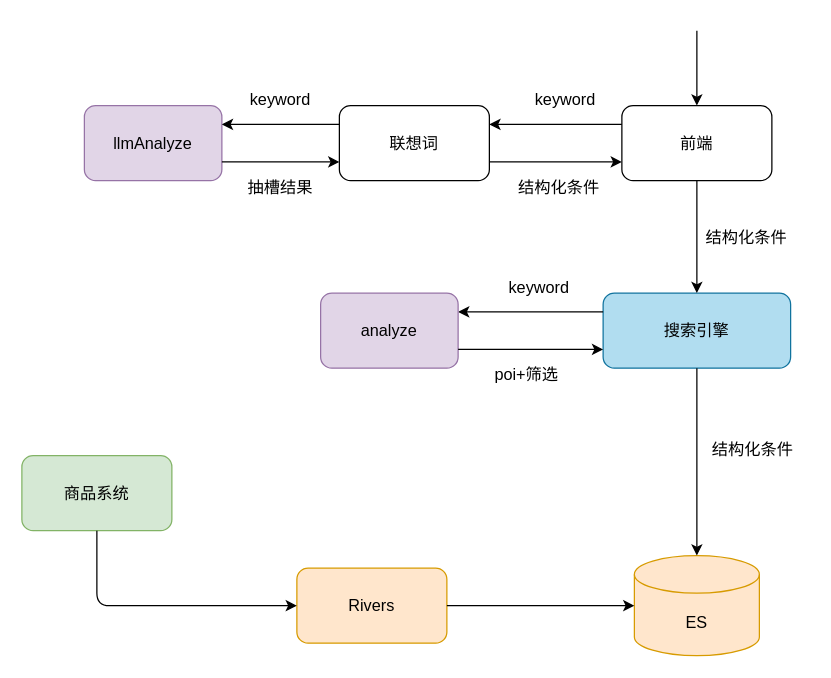
Earlier version of the draw.io diagram 未命名绘图.drawio (haiyang1985/draw-io). Source tidied: cells renumbered, new cells numbered last; positions are measured from the earlier drawing's top-left corner, leaving out a move shared by most shapes. Both pictures are drawn from the tidied source at 125%, with x=0, y=0 at pixel (21, 30).
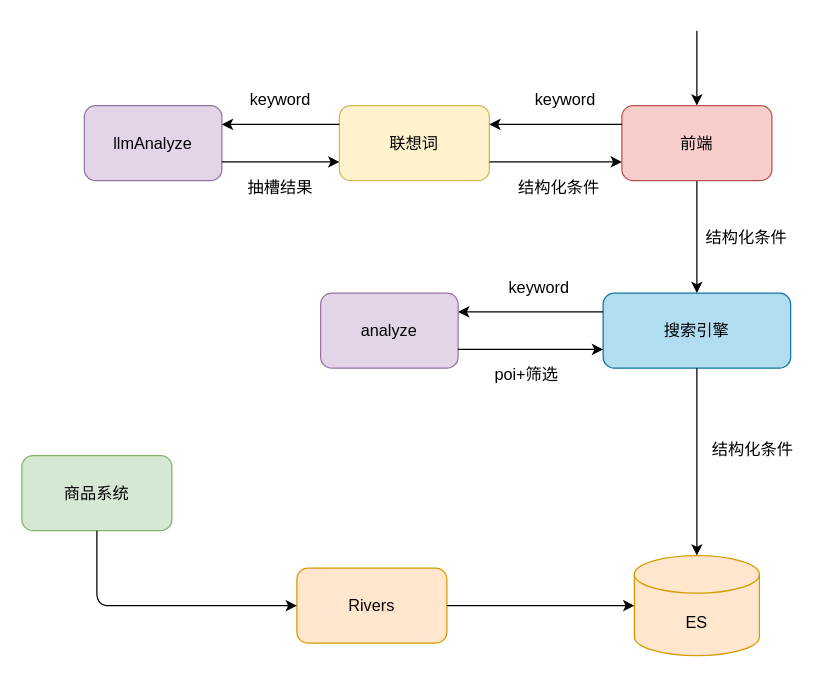
The same page after the edit.

Commit message:
搜索语音搜索现状1015.drawio

Change to the diagram source:
```diff
@@
-    <mxCell id="16" value="前端" style="rounded=1;whiteSpace=wrap;html=1;fontSize=13;" parent="1" vertex="1">
+    <mxCell id="16" value="前端" style="rounded=1;whiteSpace=wrap;html=1;fontSize=13;fillColor=#f8cecc;strokeColor=#b85450;" parent="1" vertex="1">
       <mxGeometry x="480" y="60" width="120" height="60" as="geometry" />
     </mxCell>
-    <mxCell id="17" value="联想词" style="rounded=1;whiteSpace=wrap;html=1;fontSize=13;" parent="1" vertex="1">
+    <mxCell id="17" value="联想词" style="rounded=1;whiteSpace=wrap;html=1;fontSize=13;fillColor=#fff2cc;strokeColor=#d6b656;" parent="1" vertex="1">
       <mxGeometry x="254" y="60" width="120" height="60" as="geometry" />
     </mxCell>
```
